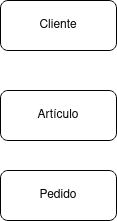
Above: Unidad-1/Tareas/Tarea-1/Ejercicio3.drawio.png in LuisMGlez/base-datos (draw.io), before the change. Source tidied: cells renumbered, new cells last; positions are measured from the earlier drawing's top-left corner, leaving out a move shared by most shapes. Its diagram source:
```xml
<mxGraphModel>
  <root>
    <mxCell id="0" />
    <mxCell id="1" parent="0" />
    <mxCell id="2" value="Cliente" style="rounded=1;whiteSpace=wrap;html=1;" parent="1" vertex="1">
      <mxGeometry width="116" height="50" as="geometry" />
    </mxCell>
    <mxCell id="3" value="Artículo" style="rounded=1;whiteSpace=wrap;html=1;" parent="1" vertex="1">
      <mxGeometry y="90" width="116" height="50" as="geometry" />
    </mxCell>
    <mxCell id="4" value="Pedido" style="rounded=1;whiteSpace=wrap;html=1;" parent="1" vertex="1">
      <mxGeometry y="170" width="116" height="50" as="geometry" />
    </mxCell>
  </root>
</mxGraphModel>
```
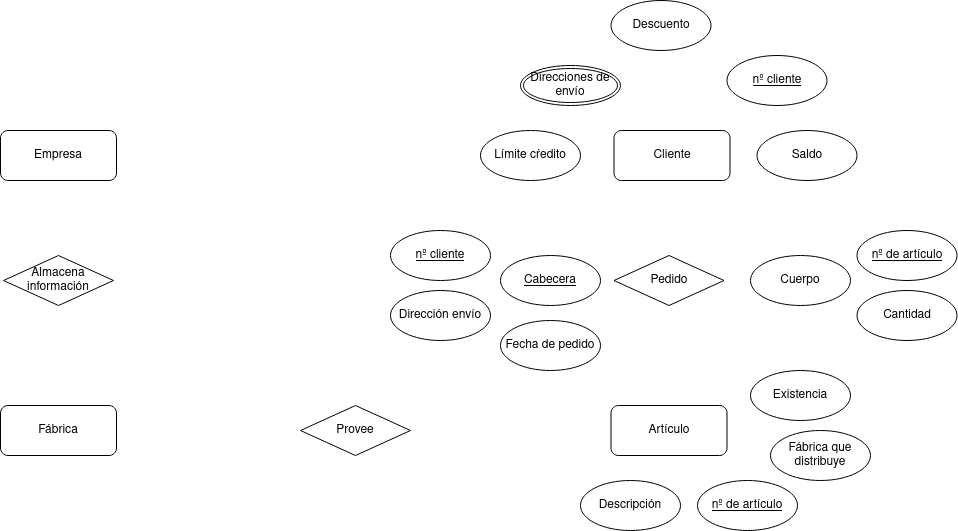
The same file after the commit.

What changed in the source:
```diff
@@ -3,13 +3,73 @@
     <mxCell id="0" />
     <mxCell id="1" parent="0" />
     <mxCell id="2" value="Cliente" style="rounded=1;whiteSpace=wrap;html=1;" parent="1" vertex="1">
-      <mxGeometry width="116" height="50" as="geometry" />
+      <mxGeometry x="703.5" y="80" width="116" height="50" as="geometry" />
     </mxCell>
     <mxCell id="3" value="Artículo" style="rounded=1;whiteSpace=wrap;html=1;" parent="1" vertex="1">
-      <mxGeometry y="90" width="116" height="50" as="geometry" />
+      <mxGeometry x="700.5" y="355" width="116" height="50" as="geometry" />
     </mxCell>
-    <mxCell id="4" value="Pedido" style="rounded=1;whiteSpace=wrap;html=1;" parent="1" vertex="1">
-      <mxGeometry y="170" width="116" height="50" as="geometry" />
+    <mxCell id="4" value="Empresa" style="rounded=1;whiteSpace=wrap;html=1;" parent="1" vertex="1">
+      <mxGeometry x="90" y="80" width="116" height="50" as="geometry" />
     </mxCell>
+    <mxCell id="5" value="Fábrica" style="rounded=1;whiteSpace=wrap;html=1;" parent="1" vertex="1">
+      <mxGeometry x="90" y="355" width="116" height="50" as="geometry" />
+    </mxCell>
+    <mxCell id="6" value="Provee" style="rhombus;whiteSpace=wrap;html=1;" parent="1" vertex="1">
+      <mxGeometry x="390" y="355" width="110" height="50" as="geometry" />
+    </mxCell>
+    <mxCell id="7" value="Pedido" style="rhombus;whiteSpace=wrap;html=1;" parent="1" vertex="1">
+      <mxGeometry x="703.5" y="205" width="110" height="50" as="geometry" />
+    </mxCell>
+    <mxCell id="8" value="Almacena información" style="rhombus;whiteSpace=wrap;html=1;" parent="1" vertex="1">
+      <mxGeometry x="93" y="205" width="110" height="50" as="geometry" />
+    </mxCell>
+    <mxCell id="9" value="Cuerpo" style="ellipse;whiteSpace=wrap;html=1;" parent="1" vertex="1">
+      <mxGeometry x="840" y="205" width="100" height="50" as="geometry" />
+    </mxCell>
+    <mxCell id="10" value="&lt;u&gt;Cabecera&lt;/u&gt;" style="ellipse;whiteSpace=wrap;html=1;" parent="1" vertex="1">
+      <mxGeometry x="590" y="205" width="100" height="50" as="geometry" />
+    </mxCell>
+    <mxCell id="11" value="Descripción" style="ellipse;whiteSpace=wrap;html=1;" parent="1" vertex="1">
+      <mxGeometry x="670" y="430" width="100" height="50" as="geometry" />
+    </mxCell>
+    <mxCell id="12" value="Existencia" style="ellipse;whiteSpace=wrap;html=1;" parent="1" vertex="1">
+      <mxGeometry x="840" y="320" width="100" height="50" as="geometry" />
+    </mxCell>
+    <mxCell id="13" value="Fábrica que distribuye" style="ellipse;whiteSpace=wrap;html=1;" parent="1" vertex="1">
+      <mxGeometry x="860" y="380" width="100" height="50" as="geometry" />
+    </mxCell>
+    <mxCell id="14" value="&lt;u&gt;nº de artículo&lt;br&gt;&lt;/u&gt;" style="ellipse;whiteSpace=wrap;html=1;" parent="1" vertex="1">
+      <mxGeometry x="787" y="430" width="100" height="50" as="geometry" />
+    </mxCell>
+    <mxCell id="15" value="Descuento" style="ellipse;whiteSpace=wrap;html=1;" parent="1" vertex="1">
+      <mxGeometry x="700.5" y="-50" width="100" height="50" as="geometry" />
+    </mxCell>
+    <mxCell id="16" value="Límite cŕedito" style="ellipse;whiteSpace=wrap;html=1;" parent="1" vertex="1">
+      <mxGeometry x="570" y="80" width="100" height="50" as="geometry" />
+    </mxCell>
+    <mxCell id="17" value="Saldo" style="ellipse;whiteSpace=wrap;html=1;" parent="1" vertex="1">
+      <mxGeometry x="846.5" y="80" width="100" height="50" as="geometry" />
+    </mxCell>
+    <mxCell id="18" value="&lt;u&gt;nº cliente&lt;br&gt;&lt;/u&gt;" style="ellipse;whiteSpace=wrap;html=1;" parent="1" vertex="1">
+      <mxGeometry x="816.5" y="5" width="100" height="50" as="geometry" />
+    </mxCell>
+    <mxCell id="19" value="Direcciones de envío" style="ellipse;shape=doubleEllipse;margin=3;whiteSpace=wrap;html=1;align=center;" parent="1" vertex="1">
+      <mxGeometry x="610" y="15" width="100" height="40" as="geometry" />
+    </mxCell>
+    <mxCell id="20" value="&lt;u&gt;nº cliente&lt;br&gt;&lt;/u&gt;" style="ellipse;whiteSpace=wrap;html=1;" parent="1" vertex="1">
+      <mxGeometry x="480" y="180" width="100" height="50" as="geometry" />
+    </mxCell>
+    <mxCell id="21" value="Dirección envío" style="ellipse;whiteSpace=wrap;html=1;" parent="1" vertex="1">
+      <mxGeometry x="480" y="240" width="100" height="50" as="geometry" />
+    </mxCell>
+    <mxCell id="22" value="Fecha de pedido" style="ellipse;whiteSpace=wrap;html=1;" parent="1" vertex="1">
+      <mxGeometry x="590" y="270" width="100" height="50" as="geometry" />
+    </mxCell>
+    <mxCell id="23" value="&lt;u&gt;nº de artículo&lt;br&gt;&lt;/u&gt;" style="ellipse;whiteSpace=wrap;html=1;" parent="1" vertex="1">
+      <mxGeometry x="946.5" y="180" width="100" height="50" as="geometry" />
+    </mxCell>
+    <mxCell id="24" value="Cantidad" style="ellipse;whiteSpace=wrap;html=1;" parent="1" vertex="1">
+      <mxGeometry x="946.5" y="240" width="100" height="50" as="geometry" />
+    </mxCell>
   </root>
 </mxGraphModel>
```
